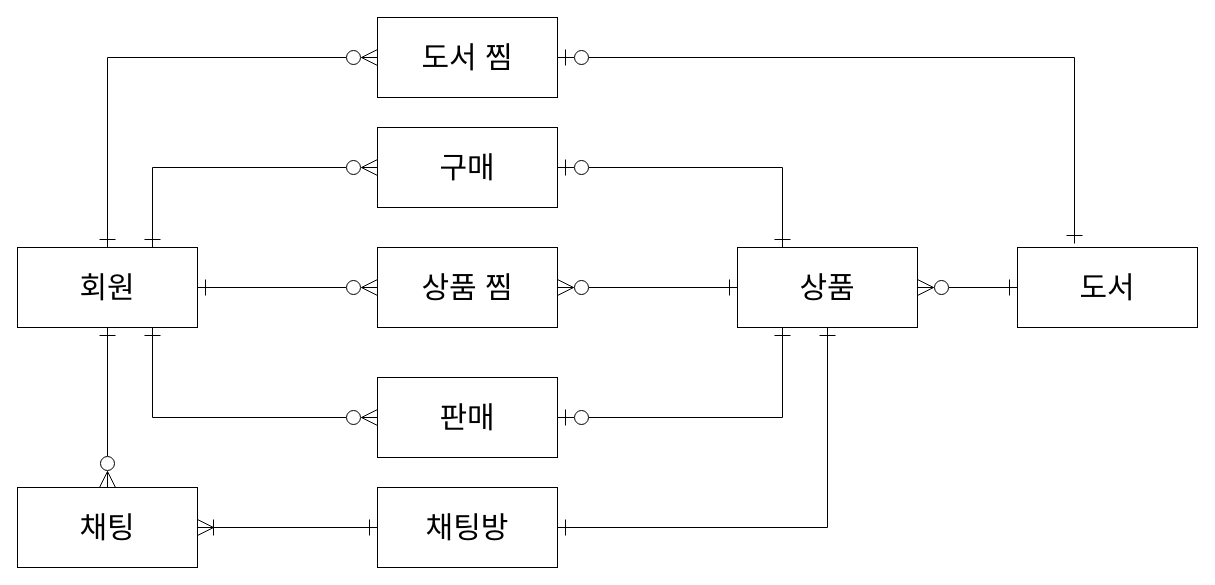
babybeb/users-used-book-store keeps this draw.io diagram as documents/Domain_Model_Diagram.drawio. Above is the earlier version. Source tidied: cells renumbered, new cells numbered last; positions are measured from the earlier drawing's top-left corner, leaving out a move shared by most shapes. Both pictures are drawn from the tidied source at 100%, with x=0, y=0 at pixel (17, 17).
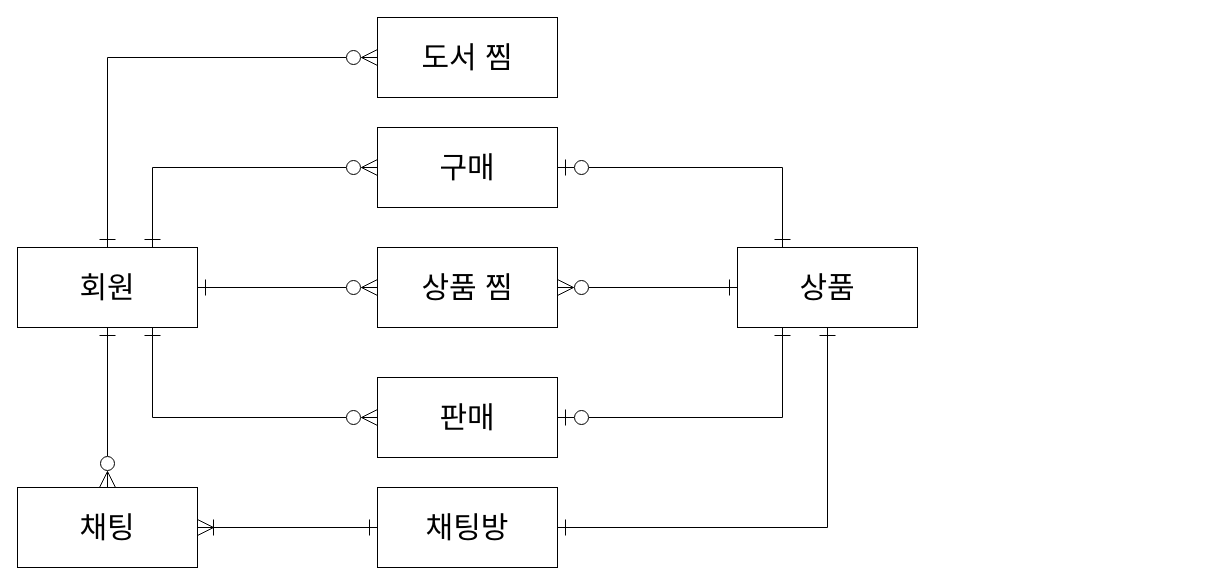
After the change.

Commit message (it also covers changes not shown here):
Update Domain Model diagram

Unchanged cells that the change refers to:
```xml
<mxCell id="14" value="&lt;span style=&quot;font-size: 30px&quot;&gt;상품&lt;/span&gt;" style="rounded=0;whiteSpace=wrap;html=1;" parent="1" vertex="1">
  <mxGeometry x="720" y="230" width="180" height="80" as="geometry" />
</mxCell>
<mxCell id="20" value="&lt;span style=&quot;font-size: 30px&quot;&gt;도서 찜&lt;/span&gt;" style="rounded=0;whiteSpace=wrap;html=1;" parent="1" vertex="1">
  <mxGeometry x="360" width="180" height="80" as="geometry" />
</mxCell>
```

What changed in the source:
```diff
@@
-    <mxCell id="13" style="edgeStyle=orthogonalEdgeStyle;rounded=0;jettySize=auto;html=1;fontSize=30;startArrow=ERzeroToMany;startFill=0;endArrow=ERone;endFill=0;startSize=14;endSize=14;" parent="1" edge="1" source="14" target="15">
-      <mxGeometry relative="1" as="geometry" />
-    </mxCell>
@@
-    <mxCell id="15" value="&lt;span style=&quot;font-size: 30px&quot;&gt;도서&lt;/span&gt;" style="rounded=0;whiteSpace=wrap;html=1;" parent="1" vertex="1">
-      <mxGeometry x="1000" y="230" width="180" height="80" as="geometry" />
-    </mxCell>
@@
-    <mxCell id="22" style="rounded=0;jettySize=auto;html=1;fontSize=30;startArrow=ERzeroToOne;startFill=0;endArrow=ERone;endFill=0;startSize=14;endSize=14;exitX=1;exitY=0.5;exitDx=0;exitDy=0;" parent="1" edge="1" source="20">
-      <mxGeometry relative="1" as="geometry">
-        <mxPoint x="1057" y="226" as="targetPoint" />
-        <Array as="points">
-          <mxPoint x="1057" y="40" />
-        </Array>
-      </mxGeometry>
-    </mxCell>
```
